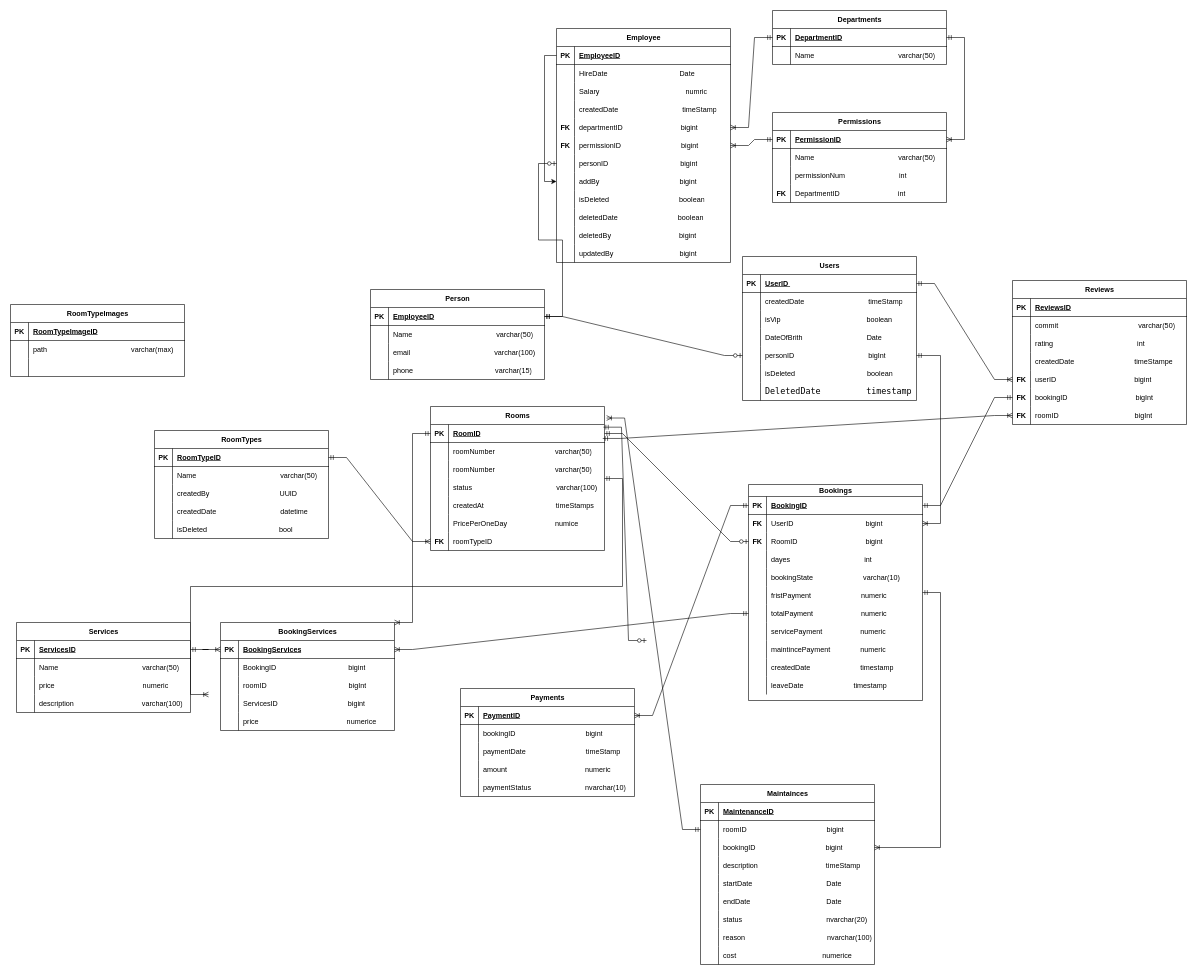
This is hote_design_erd.drawio from Abdullah2100/full_stack_hotel, a draw.io file, before an edit. Source tidied: cells renumbered, new cells numbered last; positions are measured from the earlier drawing's top-left corner, leaving out a move shared by most shapes. Both pictures are drawn from the tidied source at 60%, with x=0, y=0 at pixel (10, 10).
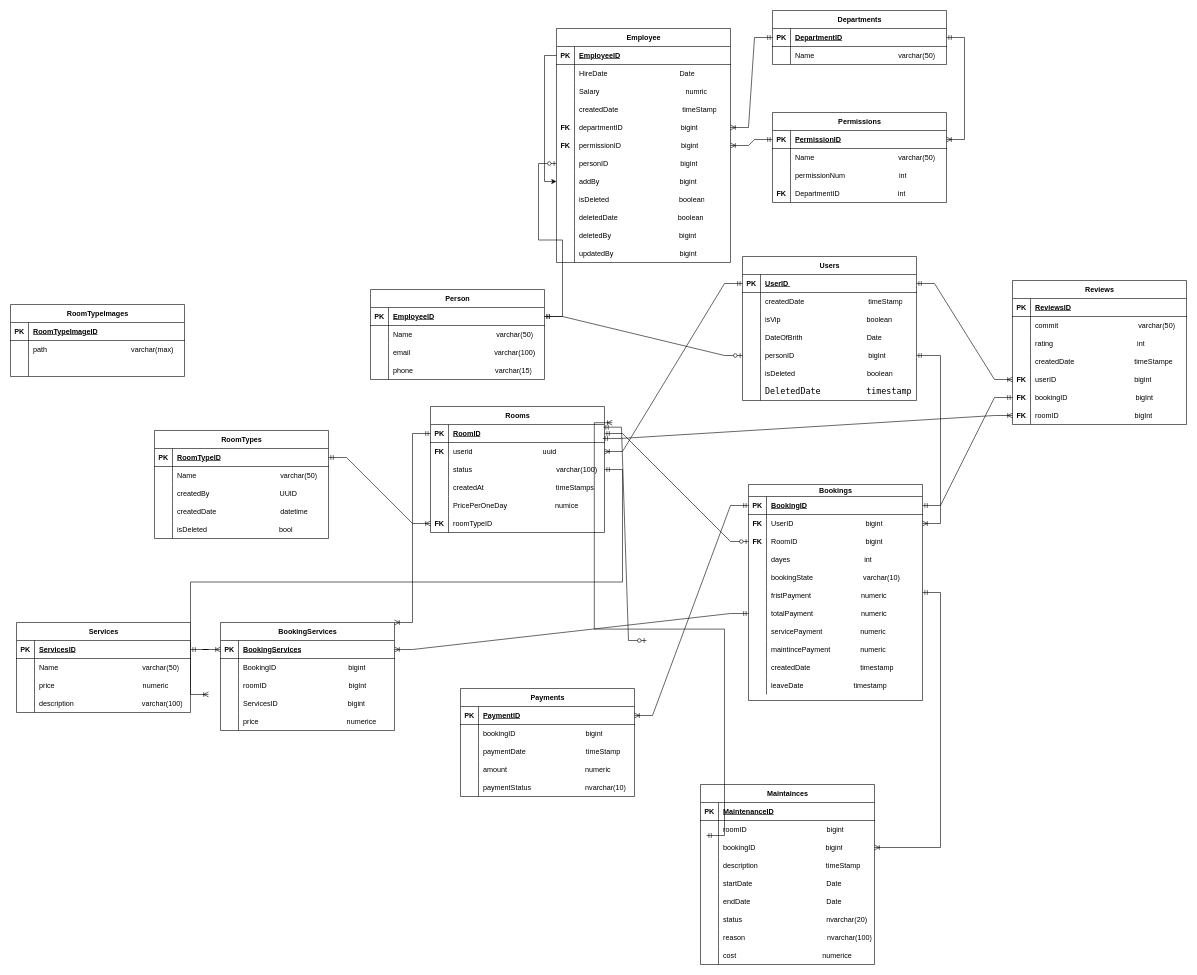
After the change.

The change refers to these unchanged cells:
```xml
<mxCell id="4" style="shape=tableRow;horizontal=0;startSize=0;swimlaneHead=0;swimlaneBody=0;fillColor=none;points=[[0,0.5],[1,0.5]];portConstraint=eastwest;top=0;left=0;right=0;bottom=1;" parent="3" vertex="1">
  <mxGeometry y="30" width="290" height="30" as="geometry" />
</mxCell>
<mxCell id="103" style="shape=tableRow;horizontal=0;startSize=0;swimlaneHead=0;swimlaneBody=0;fillColor=none;points=[[0,0.5],[1,0.5]];portConstraint=eastwest;top=0;left=0;right=0;bottom=0;" parent="99" vertex="1">
  <mxGeometry y="60" width="290" height="30" as="geometry" />
</mxCell>
<mxCell id="254" style="shape=tableRow;horizontal=0;startSize=0;swimlaneHead=0;swimlaneBody=0;fillColor=none;points=[[0,0.5],[1,0.5]];portConstraint=eastwest;top=0;left=0;right=0;bottom=0;" parent="250" vertex="1">
  <mxGeometry y="60" width="290" height="30" as="geometry" />
</mxCell>
```

What changed in the source:
```diff
@@
     <mxCell id="99" value="Rooms" style="shape=table;startSize=30;childLayout=tableLayout;rowLines=0;fontStyle=1;align=center;html=1;" parent="1" vertex="1">
-      <mxGeometry x="700" y="660" width="290" height="240" as="geometry" />
+      <mxGeometry x="700" y="660" width="290" height="210" as="geometry" />
     </mxCell>
@@
-    <mxCell id="104" style="shape=partialRectangle;fillColor=none;top=0;left=0;bottom=0;right=0;overflow=hidden;whiteSpace=wrap;html=1;" parent="103" vertex="1">
+    <mxCell id="104" value="&lt;b&gt;FK&lt;/b&gt;" style="shape=partialRectangle;fillColor=none;top=0;left=0;bottom=0;right=0;overflow=hidden;whiteSpace=wrap;html=1;" parent="103" vertex="1">
       <mxGeometry width="30" height="30" as="geometry" />
     </mxCell>
-    <mxCell id="105" value="roomNumber&amp;nbsp; &amp;nbsp; &amp;nbsp; &amp;nbsp; &amp;nbsp; &amp;nbsp; &amp;nbsp; &amp;nbsp; &amp;nbsp; &amp;nbsp; &amp;nbsp; &amp;nbsp; &amp;nbsp; &amp;nbsp; &amp;nbsp; varchar(50)" style="shape=partialRectangle;fillColor=none;top=0;left=0;bottom=0;right=0;align=left;spacingLeft=6;overflow=hidden;whiteSpace=wrap;html=1;" parent="103" vertex="1">
+    <mxCell id="105" value="userid&amp;nbsp; &amp;nbsp; &amp;nbsp; &amp;nbsp; &amp;nbsp; &amp;nbsp; &amp;nbsp; &amp;nbsp; &amp;nbsp; &amp;nbsp; &amp;nbsp; &amp;nbsp; &amp;nbsp; &amp;nbsp; &amp;nbsp; &amp;nbsp; &amp;nbsp; &amp;nbsp;uuid" style="shape=partialRectangle;fillColor=none;top=0;left=0;bottom=0;right=0;align=left;spacingLeft=6;overflow=hidden;whiteSpace=wrap;html=1;" parent="103" vertex="1">
       <mxGeometry x="30" width="260" height="30" as="geometry" />
     </mxCell>
-    <mxCell id="106" style="shape=tableRow;horizontal=0;startSize=0;swimlaneHead=0;swimlaneBody=0;fillColor=none;top=0;left=0;right=0;bottom=0;" parent="99" vertex="1">
-      <mxGeometry y="90" width="290" height="30" as="geometry" />
-    </mxCell>
-    <mxCell id="107" style="shape=partialRectangle;fillColor=none;top=0;left=0;bottom=0;right=0;overflow=hidden;whiteSpace=wrap;html=1;" parent="106" vertex="1">
-      <mxGeometry width="30" height="30" as="geometry" />
-    </mxCell>
-    <mxCell id="108" value="roomNumber&amp;nbsp; &amp;nbsp; &amp;nbsp; &amp;nbsp; &amp;nbsp; &amp;nbsp; &amp;nbsp; &amp;nbsp; &amp;nbsp; &amp;nbsp; &amp;nbsp; &amp;nbsp; &amp;nbsp; &amp;nbsp; &amp;nbsp; varchar(50)" style="shape=partialRectangle;fillColor=none;top=0;left=0;bottom=0;right=0;align=left;spacingLeft=6;overflow=hidden;whiteSpace=wrap;html=1;" parent="106" vertex="1">
-      <mxGeometry x="30" width="260" height="30" as="geometry" />
-    </mxCell>
     <mxCell id="109" style="shape=tableRow;horizontal=0;startSize=0;swimlaneHead=0;swimlaneBody=0;fillColor=none;top=0;left=0;right=0;bottom=0;" parent="99" vertex="1">
-      <mxGeometry y="120" width="290" height="30" as="geometry" />
+      <mxGeometry y="90" width="290" height="30" as="geometry" />
     </mxCell>
@@
     <mxCell id="112" style="shape=tableRow;horizontal=0;startSize=0;swimlaneHead=0;swimlaneBody=0;fillColor=none;top=0;left=0;right=0;bottom=0;" parent="99" vertex="1">
-      <mxGeometry y="150" width="290" height="30" as="geometry" />
+      <mxGeometry y="120" width="290" height="30" as="geometry" />
     </mxCell>
@@
     <mxCell id="115" style="shape=tableRow;horizontal=0;startSize=0;swimlaneHead=0;swimlaneBody=0;fillColor=none;top=0;left=0;right=0;bottom=0;" parent="99" vertex="1">
-      <mxGeometry y="180" width="290" height="30" as="geometry" />
+      <mxGeometry y="150" width="290" height="30" as="geometry" />
     </mxCell>
@@
     <mxCell id="118" style="shape=tableRow;horizontal=0;startSize=0;swimlaneHead=0;swimlaneBody=0;fillColor=none;points=[[0,0.5],[1,0.5]];portConstraint=eastwest;top=0;left=0;right=0;bottom=0;" parent="99" vertex="1">
-      <mxGeometry y="210" width="290" height="30" as="geometry" />
+      <mxGeometry y="180" width="290" height="30" as="geometry" />
     </mxCell>
@@
-    <mxCell id="278" style="edgeStyle=entityRelationEdgeStyle;fontSize=12;html=1;endArrow=ERoneToMany;startArrow=ERmandOne;rounded=0;entryX=1.012;entryY=0.08;entryDx=0;entryDy=0;entryPerimeter=0;" parent="1" edge="1" source="254" target="99">
+    <mxCell id="278" style="edgeStyle=entityRelationEdgeStyle;fontSize=12;html=1;endArrow=ERoneToMany;startArrow=ERmandOne;rounded=0;" parent="1" edge="1" source="4" target="103">
       <mxGeometry relative="1" as="geometry" />
     </mxCell>
@@
+    <mxCell id="291" style="edgeStyle=entityRelationEdgeStyle;fontSize=12;html=1;endArrow=ERoneToMany;startArrow=ERmandOne;rounded=0;entryX=1.012;entryY=0.08;entryDx=0;entryDy=0;entryPerimeter=0;" parent="1" edge="1">
+      <mxGeometry relative="1" as="geometry">
+        <mxPoint x="1160" y="1375" as="sourcePoint" />
+        <mxPoint x="1003" y="687" as="targetPoint" />
+      </mxGeometry>
+    </mxCell>
```
